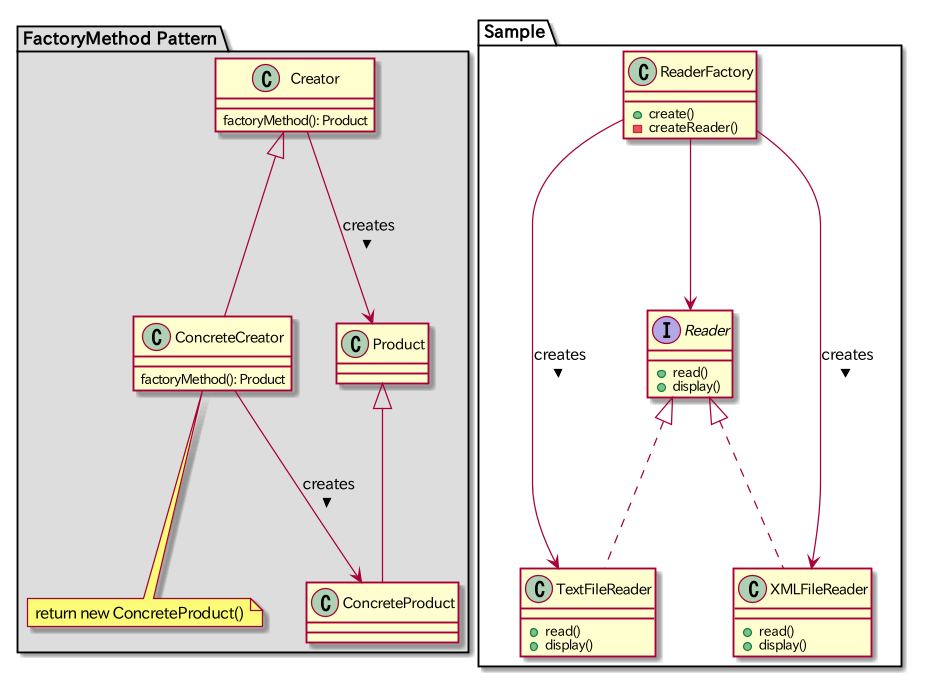
Above: FactoryMethod/FactoryMethod_class_dia.png in kenjis/PhpDesignPattern (PlantUML), before the change.
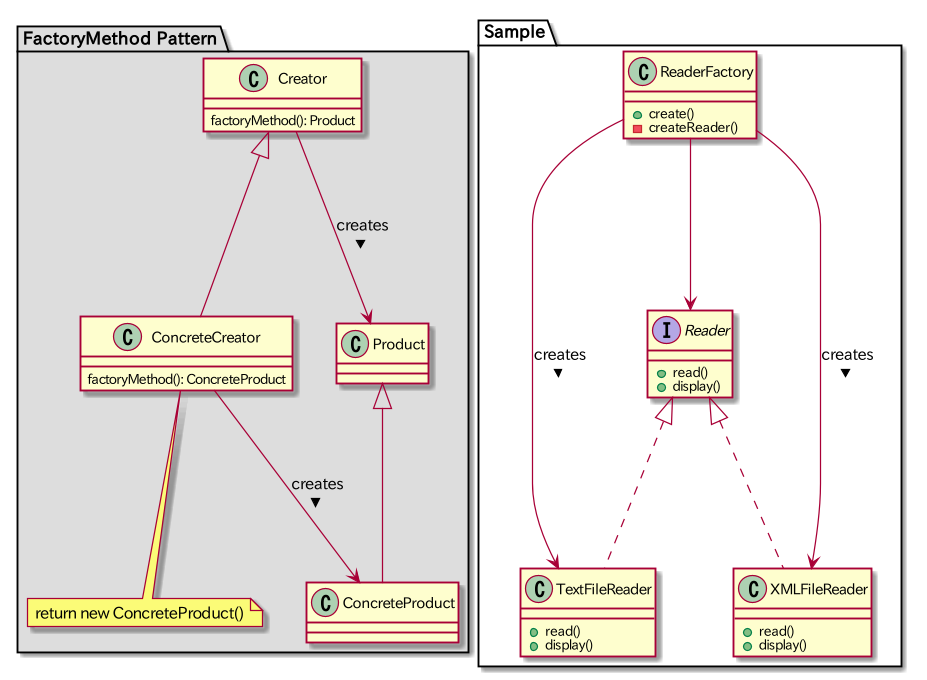
After the commit.

Commit message:
docs: fix return type

Diff of the diagram source:
```diff
@@ -6,7 +6,7 @@
   }
 
   class ConcreteCreator {
-    factoryMethod(): Product
+    factoryMethod(): ConcreteProduct
   }
   note bottom: return new ConcreteProduct()
 
```
